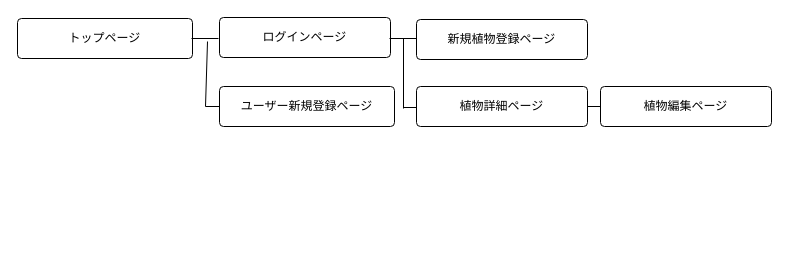
The draw.io diagram screen.dio in Kosuke-13th/botanical-assist, before the edit. Source tidied: cells renumbered, new cells numbered last; positions are measured from the earlier drawing's top-left corner, leaving out a move shared by most shapes. Both pictures are drawn from the tidied source at 100%, with x=0, y=0 at pixel (17, 17).
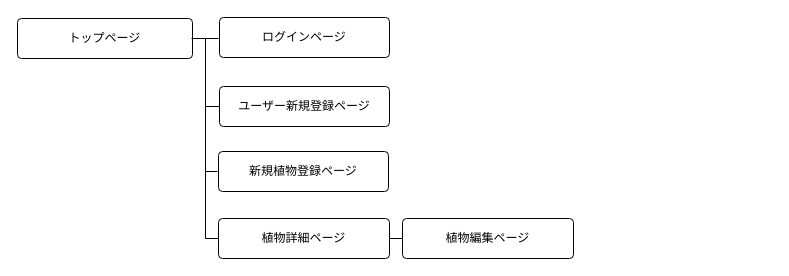
The same page after the edit.

Commit message (it also covers changes not shown here):
画面遷移図更新

Diff of the diagram source:
```diff
@@
 <mxGraphModel>
   <root>
     <mxCell id="0" />
     <mxCell id="1" parent="0" />
     <mxCell id="2" value="ログインページ" style="rounded=1;arcSize=10;whiteSpace=wrap;html=1;align=center;" parent="1" vertex="1">
-      <mxGeometry x="202" width="171" height="40" as="geometry" />
+      <mxGeometry x="202" width="170" height="40" as="geometry" />
     </mxCell>
     <mxCell id="3" value="トップページ" style="rounded=1;arcSize=10;whiteSpace=wrap;html=1;align=center;" parent="1" vertex="1">
       <mxGeometry y="1" width="175" height="40" as="geometry" />
     </mxCell>
     <mxCell id="4" style="line;strokeWidth=1;dashed=0;labelPosition=right;align=left;verticalAlign=middle;spacingTop=0;spacingLeft=6;points=[];portConstraint=eastwest;" parent="1" vertex="1">
       <mxGeometry x="174" y="16" width="27" height="10" as="geometry" />
     </mxCell>
-    <mxCell id="5" style="endArrow=none;html=1;rounded=0;entryX=0;entryY=0.6;entryDx=0;entryDy=0;entryPerimeter=0;" parent="1" edge="1" target="10">
-      <mxGeometry relative="1" as="geometry">
-        <mxPoint x="386" y="21" as="sourcePoint" />
-      </mxGeometry>
-    </mxCell>
     <mxCell id="6" value="ユーザー新規登録ページ" style="rounded=1;arcSize=10;whiteSpace=wrap;html=1;align=center;" parent="1" vertex="1">
-      <mxGeometry x="202" y="69" width="175" height="40" as="geometry" />
+      <mxGeometry x="202" y="69" width="170" height="40" as="geometry" />
     </mxCell>
-    <mxCell id="7" style="endArrow=none;html=1;rounded=0;exitX=0.593;exitY=0.8;exitDx=0;exitDy=0;entryX=0;entryY=0.5;entryDx=0;entryDy=0;exitPerimeter=0;" parent="1" edge="1" source="4" target="6">
+    <mxCell id="7" style="endArrow=none;html=1;rounded=0;entryX=0;entryY=0.5;entryDx=0;entryDy=0;" parent="1" edge="1" target="12">
       <mxGeometry relative="1" as="geometry">
+        <mxPoint x="188" y="21" as="sourcePoint" />
         <Array as="points">
-          <mxPoint x="188" y="89" />
+          <mxPoint x="188" y="221" />
         </Array>
       </mxGeometry>
     </mxCell>
+    <mxCell id="10" style="line;strokeWidth=1;dashed=0;labelPosition=right;align=left;verticalAlign=middle;spacingTop=0;spacingLeft=6;points=[];portConstraint=eastwest;" parent="1" vertex="1">
+      <mxGeometry x="188" y="149" width="12" height="10" as="geometry" />
+    </mxCell>
     <mxCell id="8" value="新規植物登録ページ" style="rounded=1;arcSize=10;whiteSpace=wrap;html=1;align=center;" parent="1" vertex="1">
-      <mxGeometry x="399" y="2" width="171" height="40" as="geometry" />
+      <mxGeometry x="201" y="134" width="170" height="40" as="geometry" />
     </mxCell>
-    <mxCell id="9" style="line;strokeWidth=1;dashed=0;labelPosition=right;align=left;verticalAlign=middle;spacingTop=0;spacingLeft=6;" parent="1" vertex="1">
-      <mxGeometry x="372" y="16" width="27" height="10" as="geometry" />
-    </mxCell>
-    <mxCell id="10" style="line;strokeWidth=1;dashed=0;labelPosition=right;align=left;verticalAlign=middle;spacingTop=0;spacingLeft=6;points=[];portConstraint=eastwest;" parent="1" vertex="1">
-      <mxGeometry x="386" y="85" width="13" height="10" as="geometry" />
-    </mxCell>
     <mxCell id="11" style="group;" parent="1" vertex="1">
-      <mxGeometry x="399" y="69" width="355" height="40" as="geometry" />
+      <mxGeometry x="201" y="201" width="355" height="40" as="geometry" />
     </mxCell>
     <mxCell id="12" value="植物詳細ページ" style="rounded=1;arcSize=10;whiteSpace=wrap;html=1;align=center;" parent="11" vertex="1">
       <mxGeometry width="171" height="40" as="geometry" />
     </mxCell>
     <mxCell id="13" style="line;strokeWidth=1;dashed=0;labelPosition=right;align=left;verticalAlign=middle;spacingTop=0;spacingLeft=6;" parent="11" vertex="1">
       <mxGeometry x="171" y="15" width="13" height="10" as="geometry" />
     </mxCell>
     <mxCell id="14" value="植物編集ページ" style="rounded=1;arcSize=10;whiteSpace=wrap;html=1;align=center;" parent="11" vertex="1">
       <mxGeometry x="184" width="171" height="40" as="geometry" />
     </mxCell>
+    <mxCell id="15" style="line;strokeWidth=1;dashed=0;labelPosition=right;align=left;verticalAlign=middle;spacingTop=0;spacingLeft=6;" parent="1" vertex="1">
+      <mxGeometry x="188" y="84" width="14" height="10" as="geometry" />
+    </mxCell>
   </root>
 </mxGraphModel>
```
